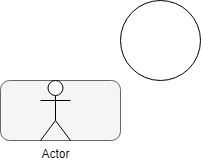
The draw.io diagram Java/反射.png in kusuzi/LearnJava, before a commit. Source tidied: cells renumbered, new cells last; positions are measured from the earlier drawing's top-left corner, leaving out a move shared by most shapes.
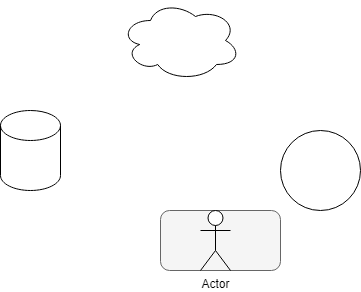
After the change.

What changed in the source:
```diff
@@ -11,5 +11,11 @@
     <mxCell id="4" value="Actor" style="shape=umlActor;verticalLabelPosition=bottom;verticalAlign=top;html=1;" parent="1" vertex="1">
       <mxGeometry x="40" y="80" width="30" height="60" as="geometry" />
     </mxCell>
+    <mxCell id="5" style="shape=cylinder3;whiteSpace=wrap;html=1;boundedLbl=1;backgroundOutline=1;size=15;" parent="1" vertex="1">
+      <mxGeometry x="-160" y="-20" width="60" height="80" as="geometry" />
+    </mxCell>
+    <mxCell id="6" style="ellipse;shape=cloud;whiteSpace=wrap;html=1;" parent="1" vertex="1">
+      <mxGeometry x="-40" y="-130" width="120" height="80" as="geometry" />
+    </mxCell>
   </root>
 </mxGraphModel>
```
